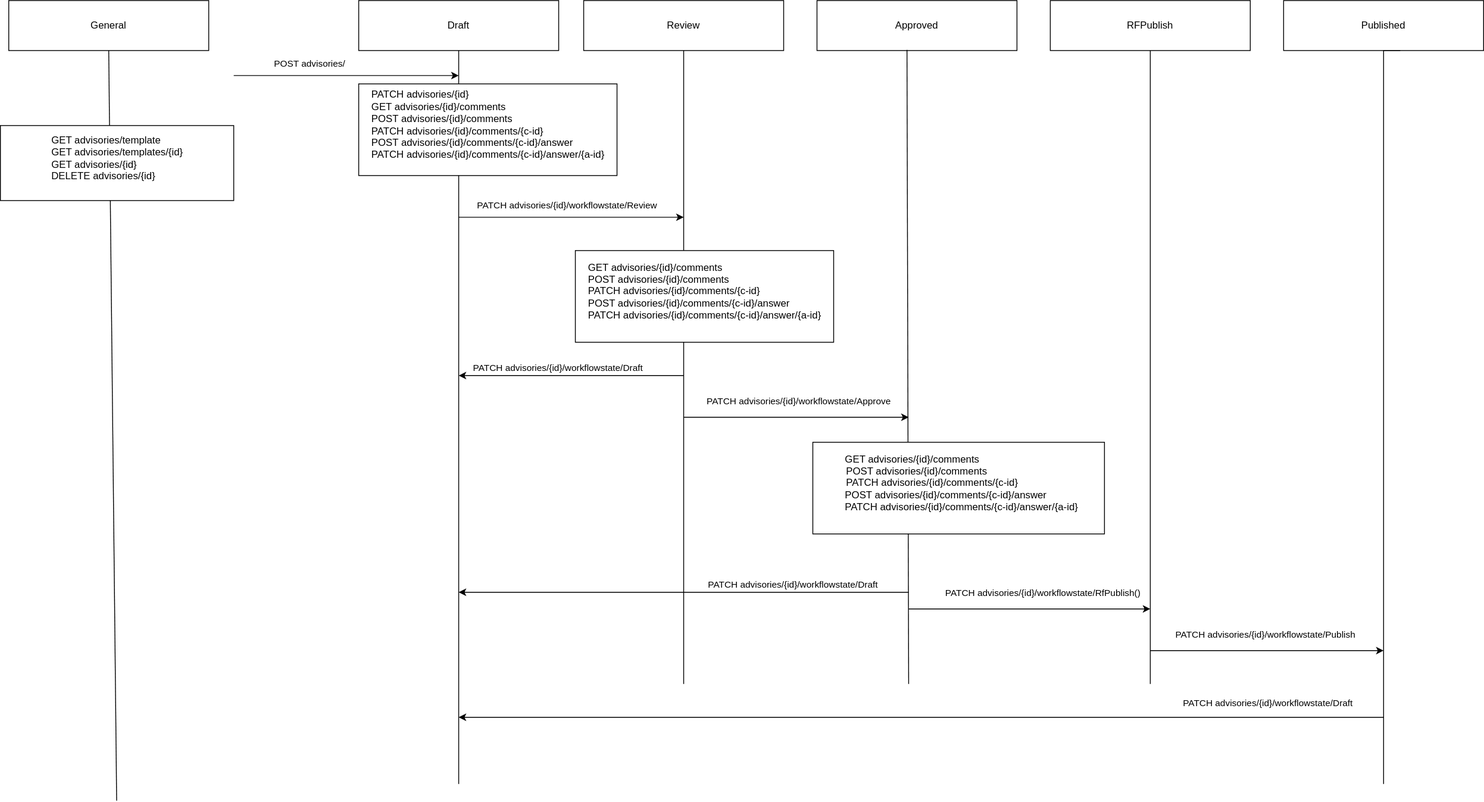
Above: documents/workflow-states.drawio.svg in secvisogram/csaf-cms-backend (draw.io), before the change. Source tidied: cells renumbered, new cells last; positions are measured from the earlier drawing's top-left corner, leaving out a move shared by most shapes.
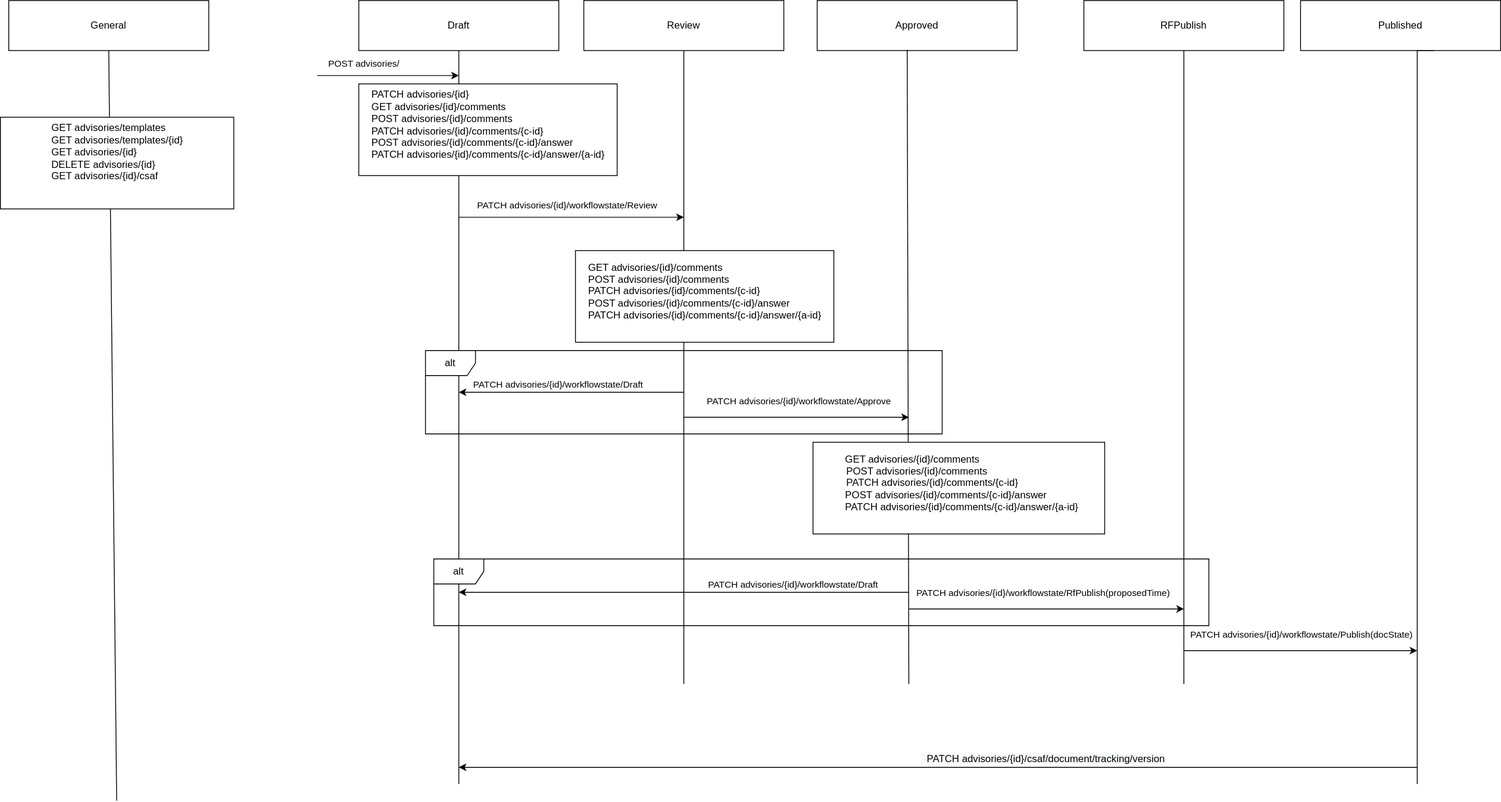
Later version of the same file.

Commit message:
doc(architecture):  convert mermaid diagram from Jens Cordt to draw.io and add it to documentation

Change to the diagram source:
```diff
@@ -15,8 +15,8 @@
     </mxCell>
     <mxCell id="4" style="rounded=0;orthogonalLoop=1;jettySize=auto;html=1;" parent="1" edge="1">
       <mxGeometry relative="1" as="geometry">
-        <mxPoint x="820" y="450" as="sourcePoint" />
-        <mxPoint x="550" y="450" as="targetPoint" />
+        <mxPoint x="820" y="470" as="sourcePoint" />
+        <mxPoint x="550" y="470" as="targetPoint" />
       </mxGeometry>
     </mxCell>
     <mxCell id="5" value="PATCH advisories/{id}/workflowstate/Draft" style="edgeLabel;html=1;align=center;verticalAlign=middle;" parent="4" vertex="1">
@@ -26,13 +26,13 @@
     </mxCell>
     <mxCell id="6" style="rounded=0;orthogonalLoop=1;jettySize=auto;html=1;" parent="1" edge="1">
       <mxGeometry relative="1" as="geometry">
-        <mxPoint x="1380" y="780" as="sourcePoint" />
-        <mxPoint x="1660" y="780" as="targetPoint" />
+        <mxPoint x="1420" y="780" as="sourcePoint" />
+        <mxPoint x="1700" y="780" as="targetPoint" />
       </mxGeometry>
     </mxCell>
-    <mxCell id="7" value="PATCH advisories/{id}/workflowstate/Publish" style="edgeLabel;html=1;align=center;verticalAlign=middle;" parent="6" vertex="1">
+    <mxCell id="7" value="PATCH advisories/{id}/workflowstate/Publish(docState)" style="edgeLabel;html=1;align=center;verticalAlign=middle;" parent="6" vertex="1">
       <mxGeometry x="-0.39" y="1" relative="1" as="geometry">
-        <mxPoint x="51" y="-19" as="offset" />
+        <mxPoint x="54" y="-19" as="offset" />
       </mxGeometry>
     </mxCell>
     <mxCell id="8" style="rounded=0;orthogonalLoop=1;jettySize=auto;html=1;" parent="1" edge="1">
@@ -74,54 +74,59 @@
       </mxGeometry>
     </mxCell>
     <mxCell id="17" value="RFPublish" style="rounded=0;whiteSpace=wrap;html=1;fillColor=#FFFFFF;" parent="1" vertex="1">
-      <mxGeometry x="1260" width="240" height="60" as="geometry" />
+      <mxGeometry x="1300" width="240" height="60" as="geometry" />
     </mxCell>
     <mxCell id="18" style="rounded=0;jettySize=auto;html=1;endArrow=none;endFill=0;" parent="1" edge="1" source="17">
       <mxGeometry relative="1" as="geometry">
-        <mxPoint x="1380" y="820" as="targetPoint" />
+        <mxPoint x="1420" y="820" as="targetPoint" />
+        <Array as="points">
+          <mxPoint x="1420" y="180" />
+          <mxPoint x="1420" y="350" />
+          <mxPoint x="1420" y="500" />
+        </Array>
       </mxGeometry>
     </mxCell>
     <mxCell id="19" style="rounded=0;orthogonalLoop=1;jettySize=auto;html=1;" parent="1" edge="1">
       <mxGeometry relative="1" as="geometry">
         <mxPoint x="1090" y="730" as="sourcePoint" />
-        <mxPoint x="1380" y="730" as="targetPoint" />
+        <mxPoint x="1420" y="730" as="targetPoint" />
       </mxGeometry>
     </mxCell>
-    <mxCell id="20" value="PATCH advisories/{id}/workflowstate/RfPublish()" style="edgeLabel;html=1;align=center;verticalAlign=middle;" parent="19" vertex="1">
+    <mxCell id="20" value="PATCH advisories/{id}/workflowstate/RfPublish(proposedTime)" style="edgeLabel;html=1;align=center;verticalAlign=middle;" parent="19" vertex="1">
       <mxGeometry x="0.17" y="-1" relative="1" as="geometry">
-        <mxPoint x="-10" y="-21" as="offset" />
+        <mxPoint x="-33" y="-21" as="offset" />
       </mxGeometry>
     </mxCell>
     <mxCell id="21" value="&lt;div style=&quot;text-align: left;&quot;&gt;&lt;span style=&quot;background-color: initial;&quot;&gt;&amp;nbsp; GET advisories/{id}/comments&lt;/span&gt;&lt;/div&gt;&lt;p style=&quot;text-align: left; margin: 0px 0px 0px 8px;&quot;&gt;POST advisories/{id}/comments&lt;/p&gt;&lt;p style=&quot;text-align: left; margin: 0px 0px 0px 8px;&quot;&gt;PATCH advisories/{id}/comments/{c-id}&lt;/p&gt;&lt;p style=&quot;margin: 0px 0px 0px 8px;&quot;&gt;&lt;/p&gt;&lt;div style=&quot;text-align: left;&quot;&gt;&lt;span style=&quot;background-color: initial;&quot;&gt;&amp;nbsp; POST advisories/{id}/comments/{c-id}/answer&lt;/span&gt;&lt;/div&gt;&lt;div style=&quot;text-align: left;&quot;&gt;&lt;span style=&quot;background-color: initial;&quot;&gt;&amp;nbsp; PATCH advisories/{id}/comments/{c-id}/answer/{a-id}&lt;/span&gt;&lt;/div&gt;&lt;p&gt;&lt;/p&gt;" style="html=1;perimeter=orthogonalPerimeter;" parent="1" vertex="1">
       <mxGeometry x="975" y="530" width="350" height="110" as="geometry" />
     </mxCell>
     <mxCell id="22" value="Published" style="rounded=0;whiteSpace=wrap;html=1;fillColor=#FFFFFF;" parent="1" vertex="1">
-      <mxGeometry x="1540" width="240" height="60" as="geometry" />
+      <mxGeometry x="1560" width="240" height="60" as="geometry" />
     </mxCell>
     <mxCell id="23" style="edgeStyle=orthogonalEdgeStyle;rounded=0;orthogonalLoop=1;jettySize=auto;html=1;endArrow=none;endFill=0;" parent="1" edge="1">
       <mxGeometry relative="1" as="geometry">
-        <mxPoint x="1680" y="60" as="sourcePoint" />
-        <mxPoint x="1660" y="940" as="targetPoint" />
+        <mxPoint x="1720" y="60" as="sourcePoint" />
+        <mxPoint x="1700" y="940" as="targetPoint" />
         <Array as="points">
-          <mxPoint x="1660" y="60" />
-          <mxPoint x="1660" y="780" />
+          <mxPoint x="1700" y="60" />
+          <mxPoint x="1700" y="780" />
         </Array>
       </mxGeometry>
     </mxCell>
     <mxCell id="24" style="rounded=0;orthogonalLoop=1;jettySize=auto;html=1;" parent="1" edge="1">
       <mxGeometry relative="1" as="geometry">
-        <mxPoint x="1660" y="860" as="sourcePoint" />
-        <mxPoint x="550" y="860" as="targetPoint" />
+        <mxPoint x="1700" y="920" as="sourcePoint" />
+        <mxPoint x="550" y="920" as="targetPoint" />
       </mxGeometry>
     </mxCell>
-    <mxCell id="25" value="PATCH advisories/{id}/workflowstate/Draft" style="edgeLabel;html=1;align=center;verticalAlign=middle;" parent="24" vertex="1">
+    <mxCell id="25" value="&lt;br&gt;&lt;span style=&quot;font-size: 12px ; text-align: left ; background-color: rgb(248 , 249 , 250)&quot;&gt;&amp;nbsp; PATCH advisories/{id}/&lt;/span&gt;&lt;span style=&quot;font-size: 12px ; text-align: left ; background-color: rgb(248 , 249 , 250)&quot;&gt;csaf/document/tracking/version&lt;/span&gt;" style="edgeLabel;html=1;align=center;verticalAlign=middle;" parent="24" vertex="1">
       <mxGeometry x="-0.39" y="1" relative="1" as="geometry">
-        <mxPoint x="199" y="-19" as="offset" />
+        <mxPoint x="-98" y="-19" as="offset" />
       </mxGeometry>
     </mxCell>
     <mxCell id="26" style="rounded=0;orthogonalLoop=1;jettySize=auto;html=1;" parent="1" edge="1">
       <mxGeometry relative="1" as="geometry">
-        <mxPoint x="280" y="90" as="sourcePoint" />
+        <mxPoint x="380" y="90" as="sourcePoint" />
         <mxPoint x="550" y="90" as="targetPoint" />
       </mxGeometry>
     </mxCell>
@@ -138,8 +143,8 @@
         <mxPoint x="139.5" y="960" as="targetPoint" />
       </mxGeometry>
     </mxCell>
-    <mxCell id="30" value="&lt;div style=&quot;text-align: left;&quot;&gt;GET advisories/template&lt;br&gt;&lt;/div&gt;&lt;span style=&quot;&quot;&gt;&lt;div style=&quot;text-align: left;&quot;&gt;GET advisories/templates/{id}&lt;span style=&quot;background-color: initial;&quot;&gt;&lt;br&gt;&lt;/span&gt;GET advisories/{id}&lt;br&gt;&lt;/div&gt;&lt;div style=&quot;text-align: left;&quot;&gt;DELETE advisories/{id}&lt;/div&gt;&lt;/span&gt;&lt;p&gt;&lt;/p&gt;" style="html=1;perimeter=orthogonalPerimeter;" parent="1" vertex="1">
-      <mxGeometry y="150" width="280" height="90" as="geometry" />
+    <mxCell id="30" value="&lt;div style=&quot;text-align: left&quot;&gt;GET advisories/templates&lt;br&gt;&lt;/div&gt;&lt;span&gt;&lt;div style=&quot;text-align: left&quot;&gt;GET advisories/templates/{id}&lt;span&gt;&lt;br&gt;&lt;/span&gt;GET advisories/{id}&lt;br&gt;&lt;/div&gt;&lt;div style=&quot;text-align: left&quot;&gt;DELETE advisories/{id}&lt;/div&gt;&lt;div style=&quot;text-align: left&quot;&gt;GET advisories/{id}/csaf&lt;/div&gt;&lt;/span&gt;&lt;br&gt;&lt;p&gt;&lt;/p&gt;" style="html=1;perimeter=orthogonalPerimeter;" parent="1" vertex="1">
+      <mxGeometry y="140" width="280" height="110" as="geometry" />
     </mxCell>
     <mxCell id="31" value="&lt;div style=&quot;text-align: left;&quot;&gt;&lt;span style=&quot;background-color: initial;&quot;&gt;GET advisories/{id}/comments&lt;/span&gt;&lt;/div&gt;&lt;span style=&quot;&quot;&gt;&lt;div style=&quot;text-align: left;&quot;&gt;&lt;span style=&quot;background-color: initial;&quot;&gt;POST advisories/{id}/comments&lt;/span&gt;&lt;/div&gt;&lt;div style=&quot;text-align: left;&quot;&gt;&lt;span style=&quot;background-color: initial;&quot;&gt;PATCH advisories/{id}/comments/{c-id}&lt;/span&gt;&lt;span style=&quot;background-color: initial;&quot;&gt;&lt;br&gt;&lt;/span&gt;&lt;/div&gt;&lt;/span&gt;&lt;p style=&quot;margin: 0px 0px 0px 8px;&quot;&gt;&lt;/p&gt;&lt;div style=&quot;text-align: left;&quot;&gt;&lt;span style=&quot;background-color: initial;&quot;&gt;POST advisories/{id}/comments/{c-id}/answer&lt;/span&gt;&lt;/div&gt;&lt;div style=&quot;text-align: left;&quot;&gt;&lt;span style=&quot;background-color: initial;&quot;&gt;PATCH advisories/{id}/comments/{c-id}/answer/{a-id}&lt;/span&gt;&lt;/div&gt;&lt;p&gt;&lt;/p&gt;" style="html=1;perimeter=orthogonalPerimeter;" parent="1" vertex="1">
       <mxGeometry x="690" y="300" width="310" height="110" as="geometry" />
@@ -155,5 +160,11 @@
         <mxPoint x="176" y="-10" as="offset" />
       </mxGeometry>
     </mxCell>
+    <mxCell id="34" value="alt" style="shape=umlFrame;whiteSpace=wrap;html=1;" parent="1" vertex="1">
+      <mxGeometry x="510" y="420" width="620" height="100" as="geometry" />
+    </mxCell>
+    <mxCell id="35" value="alt" style="shape=umlFrame;whiteSpace=wrap;html=1;" parent="1" vertex="1">
+      <mxGeometry x="520" y="670" width="930" height="80" as="geometry" />
+    </mxCell>
   </root>
 </mxGraphModel>
```
